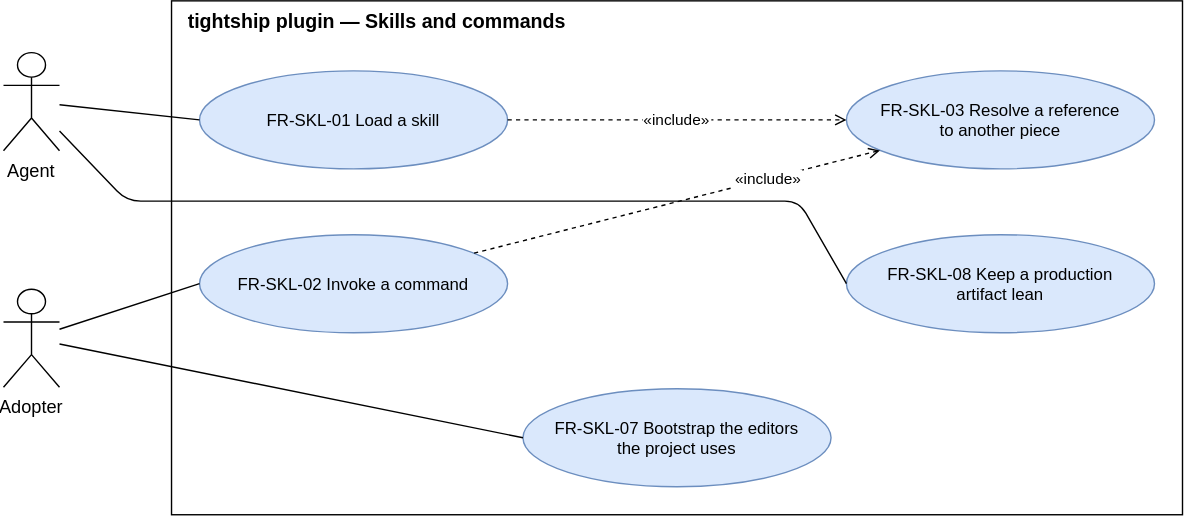
Earlier version of the draw.io export docs/requirements/diagrams/use-cases-skills.drawio.svg (ATNexusLab/tightship). Source tidied: cells renumbered, new cells last; positions are measured from the earlier drawing's top-left corner, leaving out a move shared by most shapes.
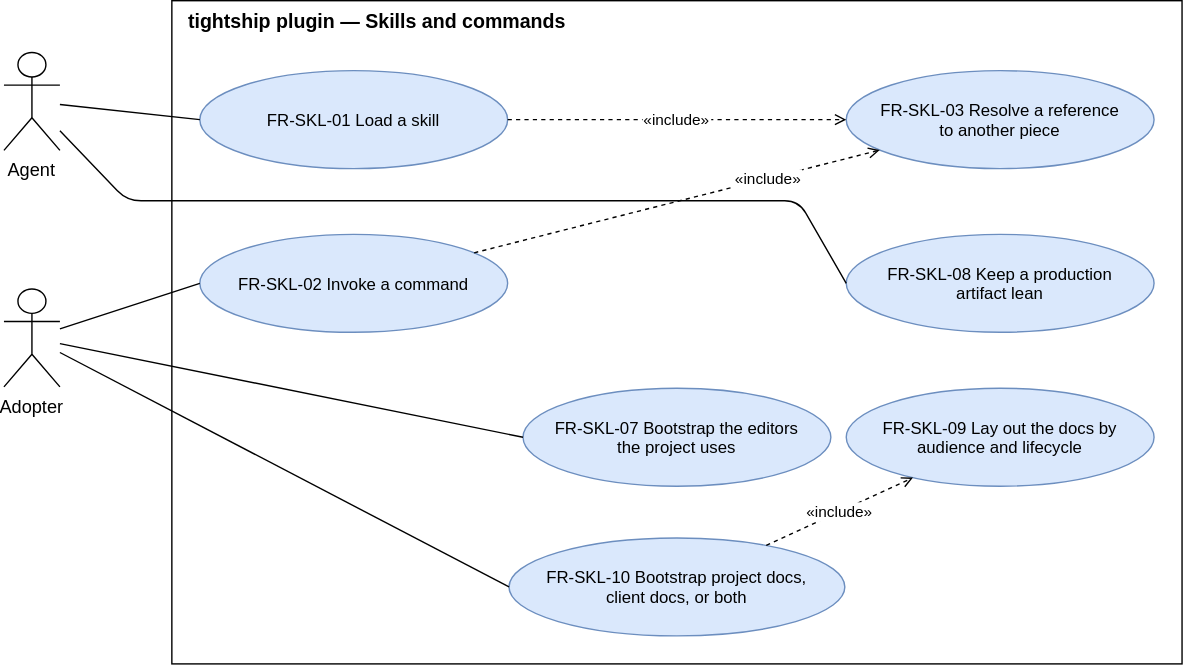
The same file after the commit.

Commit message:
docs(requirements): add FR-SKL-09 and FR-SKL-10 for the docs structure and client docs (#138)

Change to the diagram source:
```diff
@@ -3,7 +3,7 @@
     <mxCell id="0" />
     <mxCell id="1" parent="0" />
     <mxCell id="2" value="tightship plugin — Skills and commands" style="rounded=0;fillColor=none;verticalAlign=top;align=left;spacingLeft=10;fontStyle=1;fontSize=14;html=0;" parent="1" vertex="1">
-      <mxGeometry x="120" width="722" height="367" as="geometry" />
+      <mxGeometry x="120" width="722" height="474" as="geometry" />
     </mxCell>
     <mxCell id="3" value="FR-SKL-01 Load a skill" style="ellipse;fontSize=12;fillColor=#dae8fc;strokeColor=#6c8ebf;html=0;" parent="1" vertex="1">
       <mxGeometry x="140" y="50" width="220" height="70" as="geometry" />
@@ -49,5 +49,17 @@
         </Array>
       </mxGeometry>
     </mxCell>
+    <mxCell id="16" value="FR-SKL-10 Bootstrap project docs,&#10;client docs, or both" style="ellipse;fontSize=12;fillColor=#dae8fc;strokeColor=#6c8ebf;html=0;" parent="1" vertex="1">
+      <mxGeometry x="361" y="384" width="240" height="70" as="geometry" />
+    </mxCell>
+    <mxCell id="17" style="endArrow=none;entryX=0;entryY=0.5;html=0;fontSize=11;labelBackgroundColor=#ffffff;" parent="1" edge="1" source="8" target="16">
+      <mxGeometry relative="1" as="geometry" />
+    </mxCell>
+    <mxCell id="18" value="FR-SKL-09 Lay out the docs by&#10;audience and lifecycle" style="ellipse;fontSize=12;fillColor=#dae8fc;strokeColor=#6c8ebf;html=0;" parent="1" vertex="1">
+      <mxGeometry x="602" y="277" width="220" height="70" as="geometry" />
+    </mxCell>
+    <mxCell id="19" value="«include»" style="dashed=1;endArrow=open;endFill=0;html=0;fontSize=11;labelBackgroundColor=#ffffff;" parent="1" edge="1" source="16" target="18">
+      <mxGeometry relative="1" as="geometry" />
+    </mxCell>
   </root>
 </mxGraphModel>
```
